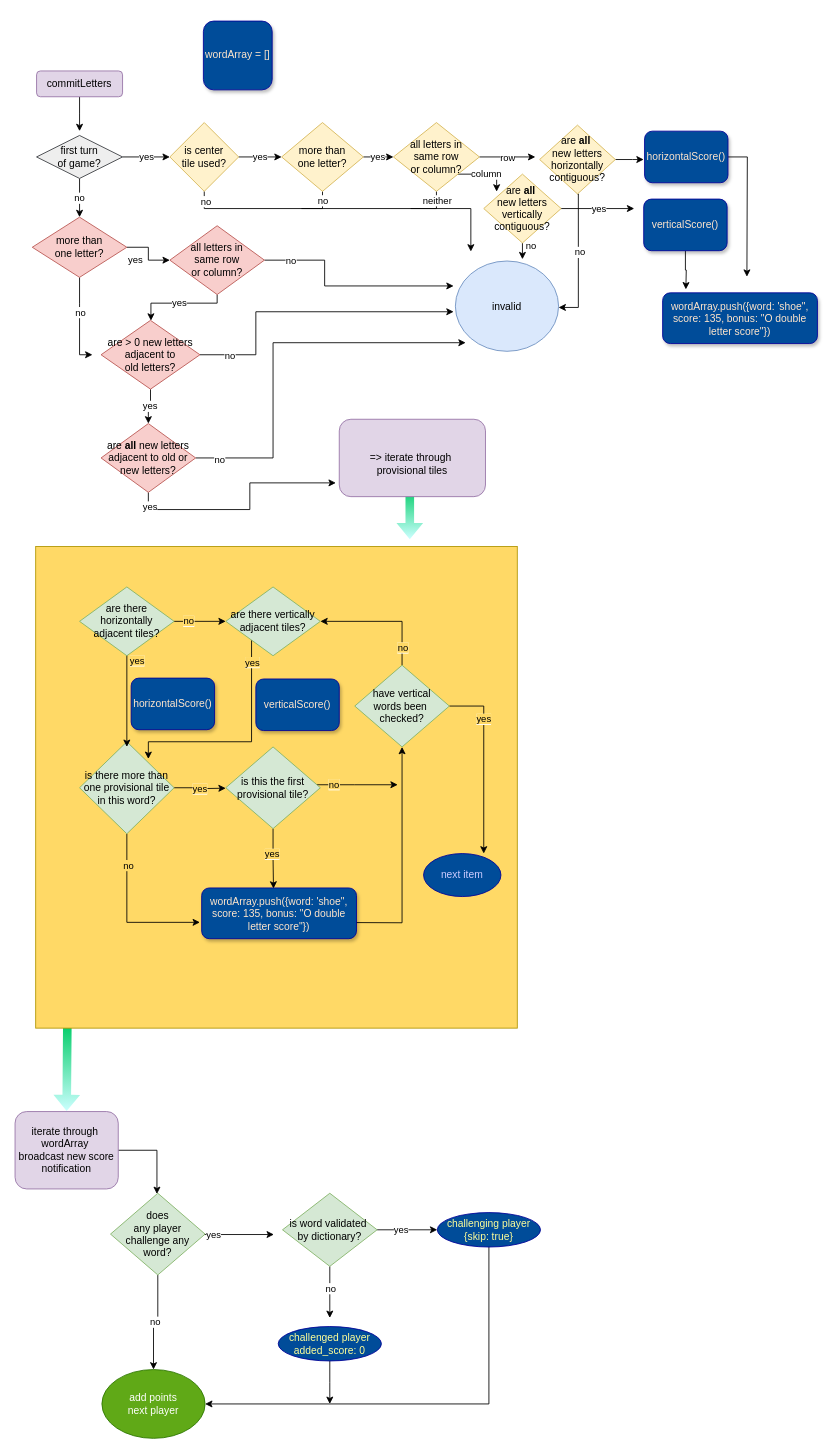
The draw.io diagram scrooble_scoring.drawio in davebenjoya/scrooble, before the edit. Source tidied: cells renumbered, new cells numbered last; positions are measured from the earlier drawing's top-left corner, leaving out a move shared by most shapes. Both pictures are drawn from the tidied source at 86%, with x=0, y=0 at pixel (15, 21).
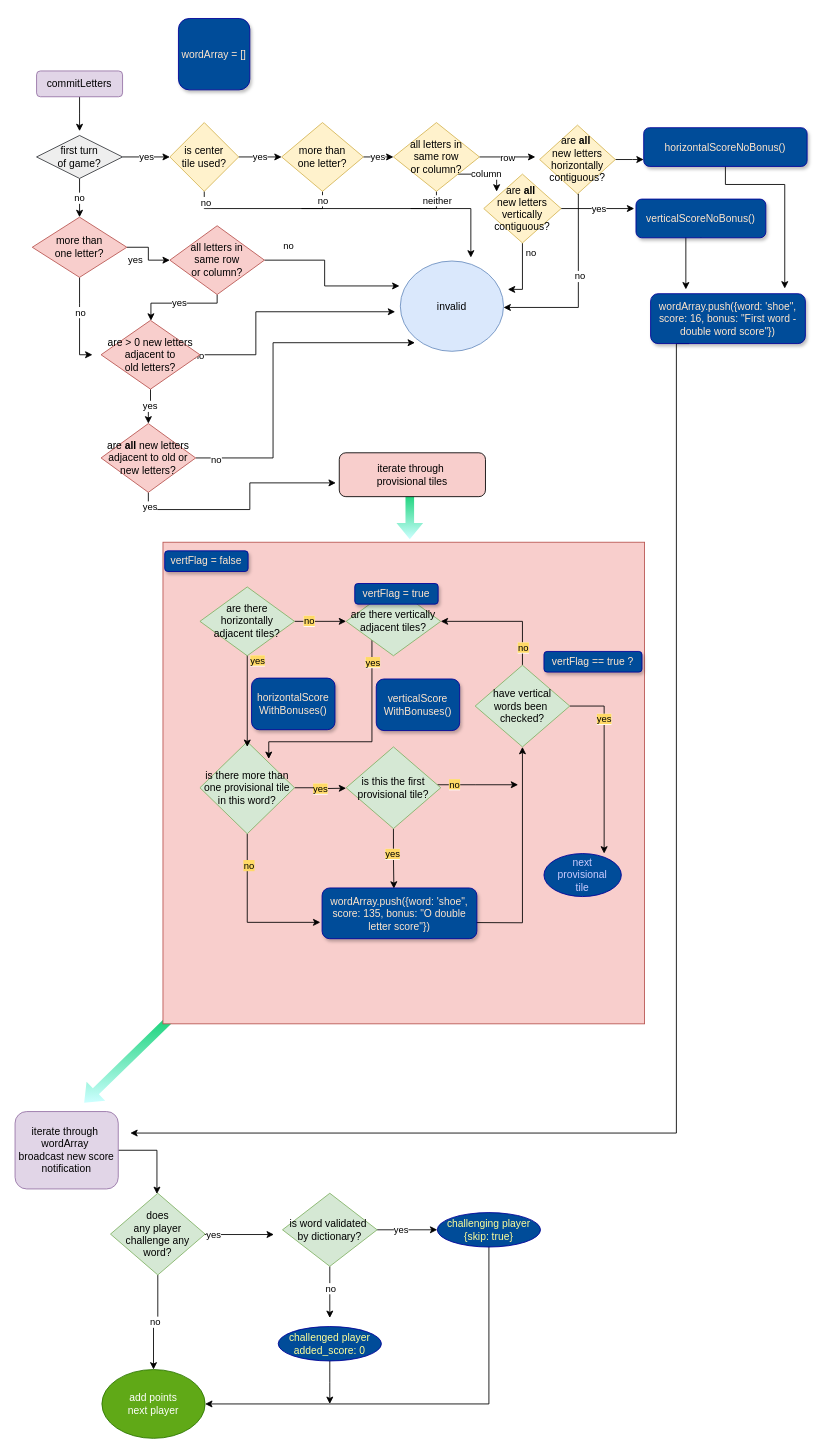
The same diagram, later.

The change refers to these unchanged cells:
```xml
<mxCell id="12" value="all letters in &lt;br&gt;same row &lt;br&gt;or column?" style="rhombus;whiteSpace=wrap;html=1;fillColor=#f8cecc;strokeColor=#b85450;" parent="1" vertex="1">
  <mxGeometry x="180" y="238" width="110" height="80" as="geometry" />
</mxCell>
<mxCell id="17" value="are &lt;b&gt;all&lt;/b&gt; new letters &lt;br&gt;adjacent to old or &lt;br&gt;new letters?" style="rhombus;whiteSpace=wrap;html=1;fillColor=#f8cecc;strokeColor=#b85450;" parent="1" vertex="1">
  <mxGeometry x="100" y="468" width="110" height="80" as="geometry" />
</mxCell>
<mxCell id="25" value="is center &lt;br&gt;tile used?" style="rhombus;whiteSpace=wrap;html=1;fillColor=#fff2cc;strokeColor=#d6b656;" parent="1" vertex="1">
  <mxGeometry x="180" y="118" width="80" height="80" as="geometry" />
</mxCell>
<mxCell id="29" value="are &amp;gt; 0 new letters&lt;br&gt;adjacent to &lt;br&gt;old letters?" style="rhombus;whiteSpace=wrap;html=1;fillColor=#f8cecc;strokeColor=#b85450;" parent="1" vertex="1">
  <mxGeometry x="100" y="348" width="115" height="80" as="geometry" />
</mxCell>
<mxCell id="43" value="are&amp;nbsp;&lt;b&gt;all&lt;/b&gt;&amp;nbsp;&lt;br&gt;new letters&lt;br&gt;vertically&lt;br&gt;contiguous?" style="rhombus;whiteSpace=wrap;html=1;fillColor=#fff2cc;strokeColor=#d6b656;" parent="1" vertex="1">
  <mxGeometry x="545" y="178" width="90" height="80" as="geometry" />
</mxCell>
```

The edit, as a diff of the source:
```diff
@@
-    <mxCell id="2" style="shape=flexArrow;endArrow=classic;html=1;strokeColor=none;gradientColor=#CCFFFF;fillColor=#00CC66;exitX=0.18;exitY=0.996;exitDx=0;exitDy=0;exitPerimeter=0;" parent="1" edge="1">
+    <mxCell id="2" style="shape=flexArrow;endArrow=classic;html=1;strokeColor=none;gradientColor=#CCFFFF;fillColor=#00CC66;" parent="1" edge="1">
       <mxGeometry relative="1" as="geometry">
-        <mxPoint x="60.8" y="1165.8" as="sourcePoint" />
-        <mxPoint x="60" y="1268" as="targetPoint" />
+        <mxPoint x="192" y="1148.9" as="sourcePoint" />
+        <mxPoint x="80" y="1258" as="targetPoint" />
       </mxGeometry>
     </mxCell>
@@
-    <mxCell id="4" style="whiteSpace=wrap;html=1;strokeColor=#B09500;fontColor=#ffffff;fillColor=#FFD966;glass=0;" parent="1" vertex="1">
-      <mxGeometry x="24" y="611" width="560" height="560" as="geometry" />
+    <mxCell id="4" style="whiteSpace=wrap;html=1;strokeColor=#b85450;fillColor=#f8cecc;glass=0;" parent="1" vertex="1">
+      <mxGeometry x="172" y="606" width="560" height="560" as="geometry" />
     </mxCell>
@@
     <mxCell id="10" style="edgeStyle=orthogonalEdgeStyle;rounded=0;jettySize=auto;html=1;startArrow=none;startFill=0;endArrow=classic;endFill=1;exitX=1;exitY=0.5;exitDx=0;exitDy=0;" parent="1" edge="1" source="12">
       <mxGeometry relative="1" as="geometry">
-        <mxPoint x="510" y="308" as="targetPoint" />
+        <mxPoint x="447" y="308" as="targetPoint" />
         <Array as="points">
           <mxPoint x="360" y="278" />
           <mxPoint x="360" y="308" />
         </Array>
       </mxGeometry>
     </mxCell>
@@
     <mxCell id="13" style="edgeStyle=orthogonalEdgeStyle;rounded=0;jettySize=auto;html=1;startArrow=none;startFill=0;endArrow=classic;endFill=1;" parent="1" edge="1" source="17">
       <mxGeometry relative="1" as="geometry">
-        <mxPoint x="524" y="374" as="targetPoint" />
+        <mxPoint x="465" y="374" as="targetPoint" />
         <Array as="points">
           <mxPoint x="300" y="508" />
           <mxPoint x="300" y="374" />
         </Array>
       </mxGeometry>
     </mxCell>
@@
     <mxCell id="18" value="invalid" style="ellipse;whiteSpace=wrap;html=1;fillColor=#dae8fc;strokeColor=#6c8ebf;" parent="1" vertex="1">
-      <mxGeometry x="512" y="279" width="120" height="105" as="geometry" />
+      <mxGeometry x="448" y="279" width="120" height="105" as="geometry" />
     </mxCell>
@@
     <mxCell id="22" style="edgeStyle=orthogonalEdgeStyle;rounded=0;jettySize=auto;html=1;" parent="1" edge="1" source="25">
       <mxGeometry relative="1" as="geometry">
-        <mxPoint x="530" y="268" as="targetPoint" />
+        <mxPoint x="530" y="275" as="targetPoint" />
         <Array as="points">
           <mxPoint x="220" y="218" />
           <mxPoint x="530" y="218" />
         </Array>
       </mxGeometry>
     </mxCell>
@@
     <mxCell id="27" style="edgeStyle=orthogonalEdgeStyle;rounded=0;jettySize=auto;html=1;startArrow=none;startFill=0;endArrow=classic;endFill=1;" parent="1" edge="1" source="29">
       <mxGeometry relative="1" as="geometry">
-        <mxPoint x="510" y="338" as="targetPoint" />
+        <mxPoint x="442" y="338" as="targetPoint" />
         <Array as="points">
           <mxPoint x="280" y="388" />
           <mxPoint x="280" y="338" />
         </Array>
       </mxGeometry>
     </mxCell>
@@
     <mxCell id="39" style="edgeStyle=orthogonalEdgeStyle;rounded=0;jettySize=auto;html=1;exitX=0.5;exitY=1;exitDx=0;exitDy=0;" parent="1" edge="1" source="43">
       <mxGeometry relative="1" as="geometry">
-        <mxPoint x="590" y="277" as="targetPoint" />
+        <mxPoint x="573" y="312" as="targetPoint" />
+        <Array as="points">
+          <mxPoint x="590" y="312" />
+        </Array>
       </mxGeometry>
     </mxCell>
@@
-    <mxCell id="44" value="&lt;br&gt;=&amp;gt; iterate through&amp;nbsp;&lt;br&gt;provisional tiles" style="rounded=1;whiteSpace=wrap;html=1;fillColor=#e1d5e7;strokeColor=#9673a6;" parent="1" vertex="1">
-      <mxGeometry x="377" y="463" width="170" height="90" as="geometry" />
+    <mxCell id="44" value="iterate through&amp;nbsp;&lt;br&gt;provisional tiles" style="rounded=1;whiteSpace=wrap;html=1;fillColor=#f8cecc;" parent="1" vertex="1">
+      <mxGeometry x="377" y="502" width="170" height="51" as="geometry" />
     </mxCell>
@@
     <mxCell id="47" value="&lt;span style=&quot;background-color: rgb(255 , 217 , 102)&quot;&gt;yes&lt;/span&gt;" style="edgeStyle=orthogonalEdgeStyle;rounded=0;jettySize=auto;html=1;startArrow=none;startFill=0;endArrow=classic;endFill=1;" parent="1" edge="1" source="50">
       <mxGeometry relative="1" as="geometry">
-        <mxPoint x="245" y="892" as="targetPoint" />
+        <mxPoint x="385" y="892" as="targetPoint" />
       </mxGeometry>
     </mxCell>
     <mxCell id="48" style="edgeStyle=orthogonalEdgeStyle;rounded=0;jettySize=auto;html=1;exitX=0.5;exitY=1;exitDx=0;exitDy=0;startArrow=none;startFill=0;endArrow=classic;endFill=1;entryX=0;entryY=0.5;entryDx=0;entryDy=0;" parent="1" edge="1" source="50">
       <mxGeometry relative="1" as="geometry">
-        <mxPoint x="215" y="1048" as="targetPoint" />
+        <mxPoint x="355" y="1048" as="targetPoint" />
         <Array as="points">
-          <mxPoint x="130" y="1048" />
+          <mxPoint x="270" y="1048" />
         </Array>
       </mxGeometry>
     </mxCell>
@@
     <mxCell id="50" value="is there more than one provisional tile in this word?" style="rhombus;whiteSpace=wrap;html=1;fillColor=#d5e8d4;strokeColor=#82b366;" parent="1" vertex="1">
-      <mxGeometry x="75" y="838" width="110" height="107" as="geometry" />
+      <mxGeometry x="215" y="838" width="110" height="107" as="geometry" />
     </mxCell>
     <mxCell id="51" style="edgeStyle=orthogonalEdgeStyle;rounded=0;jettySize=auto;html=1;" parent="1" edge="1" source="55">
       <mxGeometry relative="1" as="geometry">
-        <mxPoint x="445" y="888" as="targetPoint" />
+        <mxPoint x="585" y="888" as="targetPoint" />
         <Array as="points">
-          <mxPoint x="395" y="888" />
-          <mxPoint x="395" y="888" />
+          <mxPoint x="535" y="888" />
+          <mxPoint x="535" y="888" />
         </Array>
       </mxGeometry>
     </mxCell>
@@
     <mxCell id="55" value="is this the first provisional tile?" style="rhombus;whiteSpace=wrap;html=1;fillColor=#d5e8d4;strokeColor=#82b366;" parent="1" vertex="1">
-      <mxGeometry x="245" y="844" width="110" height="95" as="geometry" />
+      <mxGeometry x="385" y="844" width="110" height="95" as="geometry" />
     </mxCell>
     <mxCell id="56" style="edgeStyle=orthogonalEdgeStyle;rounded=0;jettySize=auto;html=1;endArrow=classic;endFill=1;" parent="1" edge="1" target="68">
       <mxGeometry relative="1" as="geometry">
-        <mxPoint x="335" y="1048" as="sourcePoint" />
+        <mxPoint x="475" y="1048" as="sourcePoint" />
       </mxGeometry>
     </mxCell>
     <mxCell id="57" value="&lt;span style=&quot;background-color: rgb(255 , 217 , 102)&quot;&gt;yes&lt;/span&gt;" style="edgeStyle=orthogonalEdgeStyle;rounded=0;orthogonalLoop=1;jettySize=auto;html=1;entryX=0.5;entryY=0;entryDx=0;entryDy=0;" parent="1" edge="1">
       <mxGeometry x="-0.21" y="12" relative="1" as="geometry">
-        <mxPoint x="103" y="706" as="sourcePoint" />
-        <mxPoint x="130" y="844" as="targetPoint" />
+        <mxPoint x="243" y="706" as="sourcePoint" />
+        <mxPoint x="270" y="844" as="targetPoint" />
         <Array as="points">
-          <mxPoint x="130" y="706" />
+          <mxPoint x="270" y="706" />
         </Array>
       </mxGeometry>
     </mxCell>
@@
     <mxCell id="60" value="are there horizontally adjacent tiles?" style="rhombus;whiteSpace=wrap;html=1;fillColor=#d5e8d4;strokeColor=#82b366;" parent="1" vertex="1">
-      <mxGeometry x="75" y="658" width="110" height="80" as="geometry" />
+      <mxGeometry x="215" y="658" width="110" height="80" as="geometry" />
     </mxCell>
     <mxCell id="61" style="edgeStyle=orthogonalEdgeStyle;rounded=0;jettySize=auto;html=1;" parent="1" edge="1" source="63">
       <mxGeometry relative="1" as="geometry">
-        <mxPoint x="155" y="858" as="targetPoint" />
+        <mxPoint x="295" y="858" as="targetPoint" />
         <Array as="points">
-          <mxPoint x="275" y="838" />
-          <mxPoint x="155" y="838" />
+          <mxPoint x="415" y="838" />
+          <mxPoint x="295" y="838" />
         </Array>
       </mxGeometry>
     </mxCell>
@@
     <mxCell id="63" value="are there vertically adjacent tiles?" style="rhombus;whiteSpace=wrap;html=1;fillColor=#d5e8d4;strokeColor=#82b366;" parent="1" vertex="1">
-      <mxGeometry x="245" y="658" width="110" height="80" as="geometry" />
+      <mxGeometry x="385" y="658" width="110" height="80" as="geometry" />
     </mxCell>
     <mxCell id="64" style="edgeStyle=orthogonalEdgeStyle;rounded=0;jettySize=auto;html=1;endArrow=classic;endFill=1;entryX=1;entryY=0.5;entryDx=0;entryDy=0;" parent="1" edge="1" source="68" target="63">
       <mxGeometry relative="1" as="geometry">
         <Array as="points">
-          <mxPoint x="450" y="698" />
+          <mxPoint x="590" y="698" />
         </Array>
       </mxGeometry>
     </mxCell>
@@
     <mxCell id="66" style="edgeStyle=orthogonalEdgeStyle;rounded=0;jettySize=auto;html=1;endArrow=classic;endFill=1;fillColor=#00FFFF;gradientColor=#9933FF;" parent="1" edge="1" source="68">
       <mxGeometry relative="1" as="geometry">
-        <mxPoint x="545" y="968" as="targetPoint" />
+        <mxPoint x="685" y="968" as="targetPoint" />
         <Array as="points">
-          <mxPoint x="545" y="797" />
+          <mxPoint x="685" y="797" />
         </Array>
       </mxGeometry>
     </mxCell>
@@
     <mxCell id="68" value="have vertical&lt;br&gt;words been&amp;nbsp;&lt;br&gt;checked?" style="rhombus;whiteSpace=wrap;html=1;fillColor=#d5e8d4;strokeColor=#82b366;" parent="1" vertex="1">
-      <mxGeometry x="395" y="749" width="110" height="95" as="geometry" />
+      <mxGeometry x="535" y="749" width="110" height="95" as="geometry" />
     </mxCell>
-    <mxCell id="69" value="&lt;font color=&quot;#ccccff&quot;&gt;next item&lt;/font&gt;" style="ellipse;whiteSpace=wrap;html=1;fontColor=#ffffff;strokeColor=#000099;fillColor=#004C99;" parent="1" vertex="1">
-      <mxGeometry x="475" y="968" width="90" height="50" as="geometry" />
+    <mxCell id="69" value="&lt;font color=&quot;#ccccff&quot;&gt;next &lt;br&gt;provisional &lt;br&gt;tile&lt;/font&gt;" style="ellipse;whiteSpace=wrap;html=1;fontColor=#ffffff;strokeColor=#000099;fillColor=#004C99;" parent="1" vertex="1">
+      <mxGeometry x="615" y="968" width="90" height="50" as="geometry" />
     </mxCell>
@@
-    <mxCell id="85" style="edgeStyle=orthogonalEdgeStyle;rounded=0;jettySize=auto;html=1;endArrow=classic;endFill=1;fillColor=#00FFFF;gradientColor=#9933FF;fontColor=#000099;" parent="1" edge="1" source="86">
-      <mxGeometry relative="1" as="geometry">
-        <mxPoint x="851" y="297.3" as="targetPoint" />
-      </mxGeometry>
-    </mxCell>
+    <mxCell id="98" style="edgeStyle=orthogonalEdgeStyle;rounded=0;jettySize=auto;html=1;endArrow=classic;endFill=1;fillColor=#00FFFF;gradientColor=#9933FF;fontColor=#000099;" parent="1" edge="1" source="86">
+      <mxGeometry relative="1" as="geometry">
+        <mxPoint x="895" y="311" as="targetPoint" />
+        <Array as="points">
+          <mxPoint x="826" y="190" />
+          <mxPoint x="895" y="190" />
+        </Array>
+      </mxGeometry>
+    </mxCell>
-    <mxCell id="86" value="&lt;font color=&quot;#ffe6cc&quot;&gt;horizontalScore()&lt;/font&gt;" style="rounded=1;whiteSpace=wrap;html=1;shadow=1;glass=0;sketch=0;strokeColor=#000099;fillColor=#004C99;" parent="1" vertex="1">
-      <mxGeometry x="732" y="128" width="97" height="60" as="geometry" />
+    <mxCell id="86" value="&lt;font color=&quot;#ffe6cc&quot;&gt;horizontalScoreNoBonus()&lt;/font&gt;" style="rounded=1;whiteSpace=wrap;html=1;shadow=1;glass=0;sketch=0;strokeColor=#000099;fillColor=#004C99;" parent="1" vertex="1">
+      <mxGeometry x="731" y="124" width="190" height="45" as="geometry" />
     </mxCell>
     <mxCell id="87" style="edgeStyle=orthogonalEdgeStyle;rounded=0;jettySize=auto;html=1;exitX=0.5;exitY=1;exitDx=0;exitDy=0;endArrow=classic;endFill=1;fillColor=#00FFFF;gradientColor=#9933FF;fontColor=#000099;" parent="1" edge="1" source="88">
       <mxGeometry relative="1" as="geometry">
         <mxPoint x="780" y="312" as="targetPoint" />
+        <Array as="points">
+          <mxPoint x="798" y="247" />
+          <mxPoint x="780" y="247" />
+        </Array>
       </mxGeometry>
     </mxCell>
-    <mxCell id="88" value="&lt;font color=&quot;#ffe6cc&quot;&gt;verticalScore()&lt;/font&gt;" style="rounded=1;whiteSpace=wrap;html=1;shadow=1;glass=0;sketch=0;strokeColor=#000099;fillColor=#004C99;" parent="1" vertex="1">
-      <mxGeometry x="731" y="207" width="97" height="60" as="geometry" />
+    <mxCell id="88" value="&lt;font color=&quot;#ffe6cc&quot;&gt;verticalScoreNoBonus()&lt;/font&gt;" style="rounded=1;whiteSpace=wrap;html=1;shadow=1;glass=0;sketch=0;strokeColor=#000099;fillColor=#004C99;" parent="1" vertex="1">
+      <mxGeometry x="722" y="207" width="151" height="45" as="geometry" />
     </mxCell>
@@
     <mxCell id="93" value="&lt;font color=&quot;#ffe6cc&quot;&gt;wordArray = []&lt;/font&gt;" style="whiteSpace=wrap;html=1;rounded=1;shadow=1;glass=0;sketch=0;strokeColor=#000099;fillColor=#004C99;" parent="1" vertex="1">
-      <mxGeometry x="219" width="80" height="80" as="geometry" />
+      <mxGeometry x="190" y="-3" width="83" height="83" as="geometry" />
     </mxCell>
     <mxCell id="94" value="&lt;font color=&quot;#ffe6cc&quot;&gt;wordArray.push({word: 'shoe&quot;, score: 135, bonus: &quot;O double letter score&quot;})&lt;/font&gt;" style="rounded=1;whiteSpace=wrap;html=1;shadow=1;glass=0;sketch=0;strokeColor=#000099;fillColor=#004C99;" parent="1" vertex="1">
-      <mxGeometry x="217" y="1008" width="180" height="59" as="geometry" />
+      <mxGeometry x="357" y="1008" width="180" height="59" as="geometry" />
     </mxCell>
-    <mxCell id="95" value="&lt;font color=&quot;#ffe6cc&quot;&gt;horizontalScore()&lt;/font&gt;" style="rounded=1;whiteSpace=wrap;html=1;shadow=1;glass=0;sketch=0;strokeColor=#000099;fillColor=#004C99;" parent="1" vertex="1">
-      <mxGeometry x="135" y="764" width="97" height="60" as="geometry" />
+    <mxCell id="95" value="&lt;font color=&quot;#ffe6cc&quot;&gt;horizontalScore&lt;br&gt;WithBonuses()&lt;/font&gt;" style="rounded=1;whiteSpace=wrap;html=1;shadow=1;glass=0;sketch=0;strokeColor=#000099;fillColor=#004C99;" parent="1" vertex="1">
+      <mxGeometry x="275" y="764" width="97" height="60" as="geometry" />
     </mxCell>
-    <mxCell id="96" value="&lt;font color=&quot;#ffe6cc&quot;&gt;verticalScore()&lt;/font&gt;" style="rounded=1;whiteSpace=wrap;html=1;shadow=1;glass=0;sketch=0;strokeColor=#000099;fillColor=#004C99;" parent="1" vertex="1">
-      <mxGeometry x="280" y="765" width="97" height="60" as="geometry" />
+    <mxCell id="96" value="&lt;font color=&quot;#ffe6cc&quot;&gt;verticalScore&lt;br&gt;WithBonuses()&lt;/font&gt;" style="rounded=1;whiteSpace=wrap;html=1;shadow=1;glass=0;sketch=0;strokeColor=#000099;fillColor=#004C99;" parent="1" vertex="1">
+      <mxGeometry x="420" y="765" width="97" height="60" as="geometry" />
     </mxCell>
+    <mxCell id="99" style="edgeStyle=orthogonalEdgeStyle;rounded=0;jettySize=auto;html=1;exitX=0.25;exitY=1;exitDx=0;exitDy=0;endArrow=classic;endFill=1;fillColor=#00FFFF;gradientColor=#9933FF;fontColor=#000099;" parent="1" edge="1" source="97">
+      <mxGeometry relative="1" as="geometry">
+        <mxPoint x="134" y="1293" as="targetPoint" />
+        <Array as="points">
+          <mxPoint x="769" y="375" />
+          <mxPoint x="769" y="1293" />
+          <mxPoint x="134" y="1293" />
+        </Array>
+      </mxGeometry>
+    </mxCell>
-    <mxCell id="97" value="&lt;font color=&quot;#ffe6cc&quot;&gt;wordArray.push({word: 'shoe&quot;, score: 135, bonus: &quot;O double letter score&quot;})&lt;/font&gt;" style="rounded=1;whiteSpace=wrap;html=1;shadow=1;glass=0;sketch=0;strokeColor=#000099;fillColor=#004C99;" parent="1" vertex="1">
-      <mxGeometry x="753" y="316" width="180" height="59" as="geometry" />
+    <mxCell id="97" value="&lt;font color=&quot;#ffe6cc&quot;&gt;wordArray.push({word: 'shoe&quot;, score: 16, bonus: &quot;First word - double word score&quot;})&lt;/font&gt;" style="rounded=1;whiteSpace=wrap;html=1;shadow=1;glass=0;sketch=0;strokeColor=#000099;fillColor=#004C99;" parent="1" vertex="1">
+      <mxGeometry x="739" y="317" width="180" height="58" as="geometry" />
     </mxCell>
+    <mxCell id="100" value="&lt;font color=&quot;#ffe6cc&quot;&gt;vertFlag = true&lt;/font&gt;" style="rounded=1;whiteSpace=wrap;html=1;shadow=1;glass=0;sketch=0;strokeColor=#000099;fillColor=#004C99;" parent="1" vertex="1">
+      <mxGeometry x="395" y="654" width="97" height="24" as="geometry" />
+    </mxCell>
+    <mxCell id="101" value="&lt;font color=&quot;#ffe6cc&quot;&gt;vertFlag = false&lt;/font&gt;" style="rounded=1;whiteSpace=wrap;html=1;shadow=1;glass=0;sketch=0;strokeColor=#000099;fillColor=#004C99;" parent="1" vertex="1">
+      <mxGeometry x="174" y="616" width="97" height="24" as="geometry" />
+    </mxCell>
+    <mxCell id="102" value="&lt;font color=&quot;#ffe6cc&quot;&gt;vertFlag == true ?&lt;/font&gt;" style="rounded=1;whiteSpace=wrap;html=1;shadow=1;glass=0;sketch=0;strokeColor=#000099;fillColor=#004C99;" parent="1" vertex="1">
+      <mxGeometry x="615" y="733" width="114" height="24" as="geometry" />
+    </mxCell>
+    <mxCell id="103" style="edgeStyle=orthogonalEdgeStyle;rounded=0;orthogonalLoop=1;jettySize=auto;html=1;exitX=0.5;exitY=1;exitDx=0;exitDy=0;endArrow=classic;endFill=1;fillColor=#00FFFF;gradientColor=#9933FF;fontColor=#000099;" parent="1" edge="1" source="4" target="4">
+      <mxGeometry relative="1" as="geometry" />
+    </mxCell>
+    <mxCell id="104" style="edgeStyle=orthogonalEdgeStyle;rounded=0;orthogonalLoop=1;jettySize=auto;html=1;exitX=0.5;exitY=1;exitDx=0;exitDy=0;endArrow=classic;endFill=1;fillColor=#00FFFF;gradientColor=#9933FF;fontColor=#000099;" parent="1" edge="1" source="4" target="4">
+      <mxGeometry relative="1" as="geometry" />
+    </mxCell>
```
